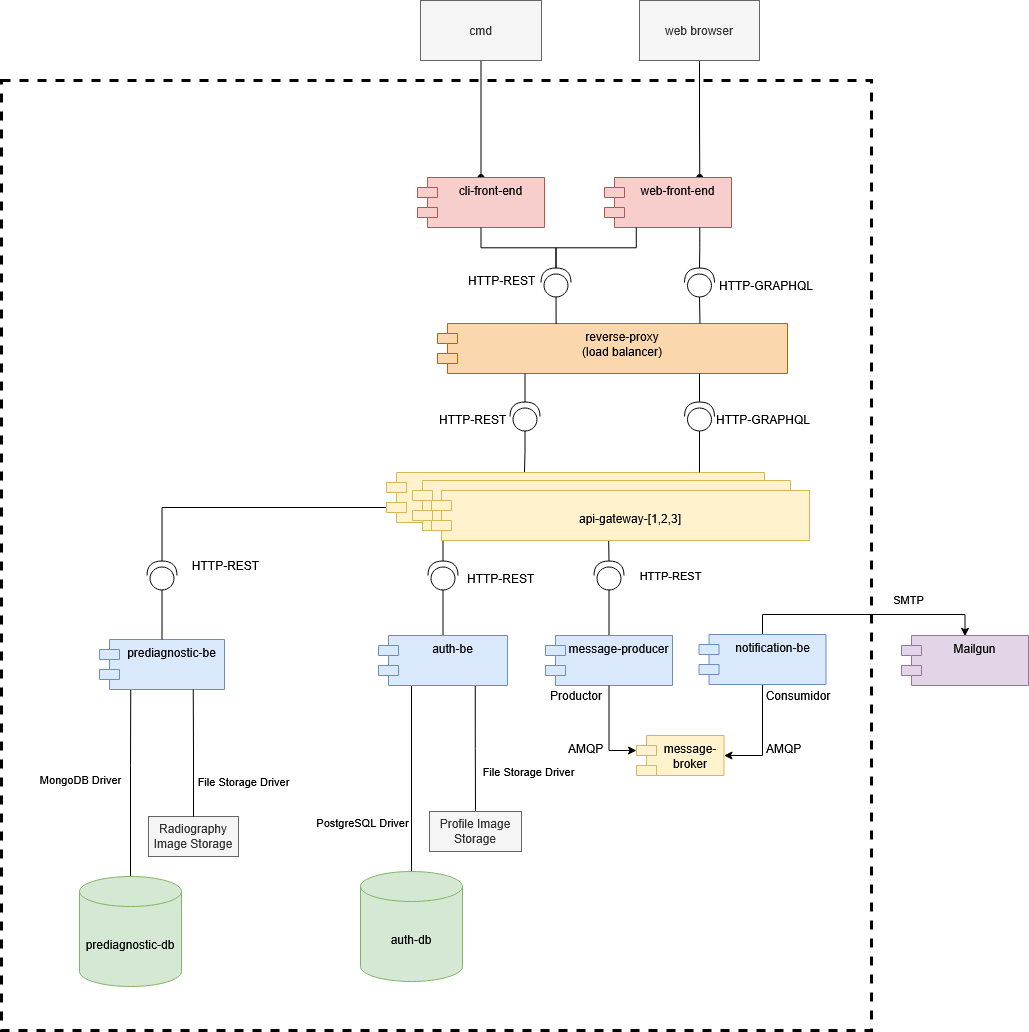
Above: P3/images/cycview.png in unobeswarch/PrototypesReadmes (draw.io), before the change. Source tidied: cells renumbered, new cells last; positions are measured from the earlier drawing's top-left corner, leaving out a move shared by most shapes.
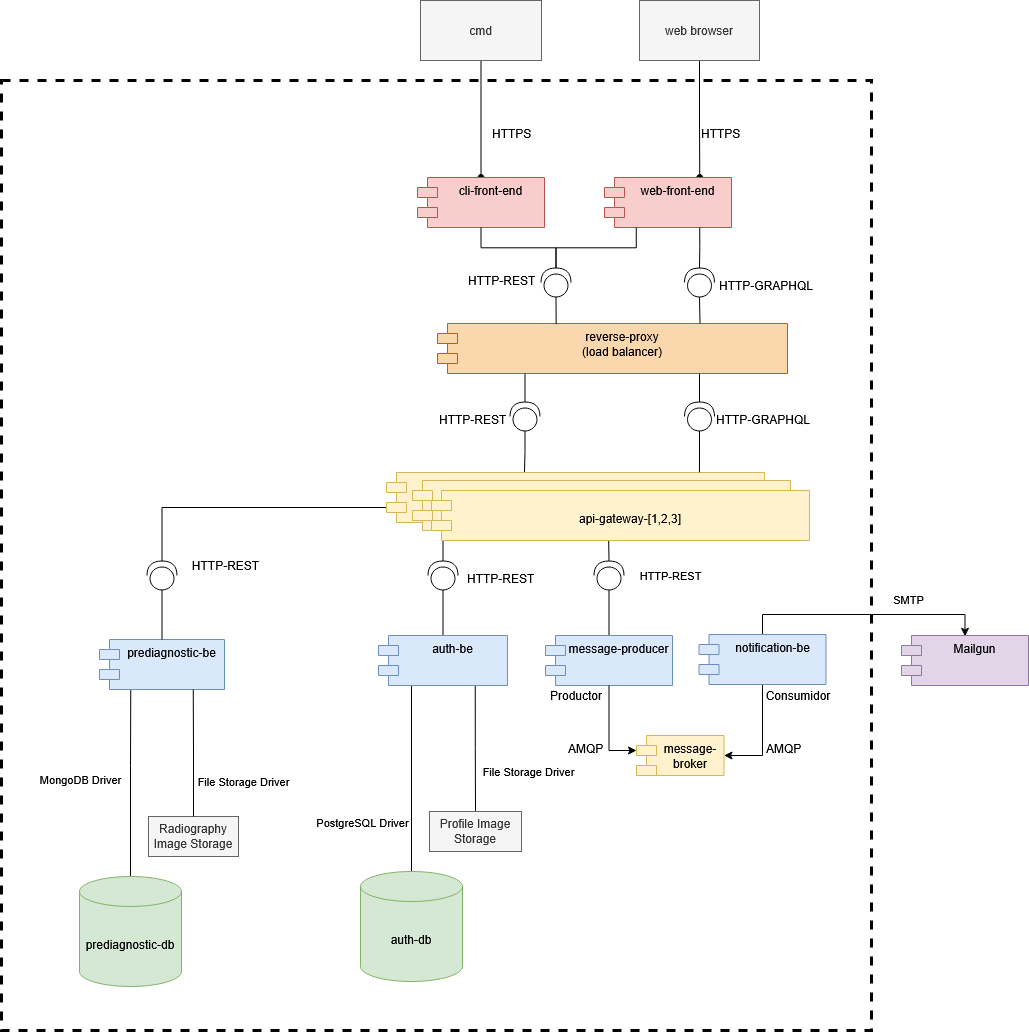
The same file after the commit.

Commit message:
fix del diagrama cyc

Change to the diagram source:
```diff
@@ -228,5 +228,11 @@
     <mxCell id="67" value="HTTP-REST" style="text;whiteSpace=wrap;html=1;" parent="1" vertex="1">
       <mxGeometry x="465" y="267" width="70" height="20" as="geometry" />
     </mxCell>
+    <mxCell id="68" value="HTTPS" style="text;whiteSpace=wrap;html=1;" parent="1" vertex="1">
+      <mxGeometry x="697.5" y="120" width="70" height="20" as="geometry" />
+    </mxCell>
+    <mxCell id="69" value="HTTPS" style="text;whiteSpace=wrap;html=1;" parent="1" vertex="1">
+      <mxGeometry x="488.5" y="120" width="70" height="20" as="geometry" />
+    </mxCell>
   </root>
 </mxGraphModel>
```
